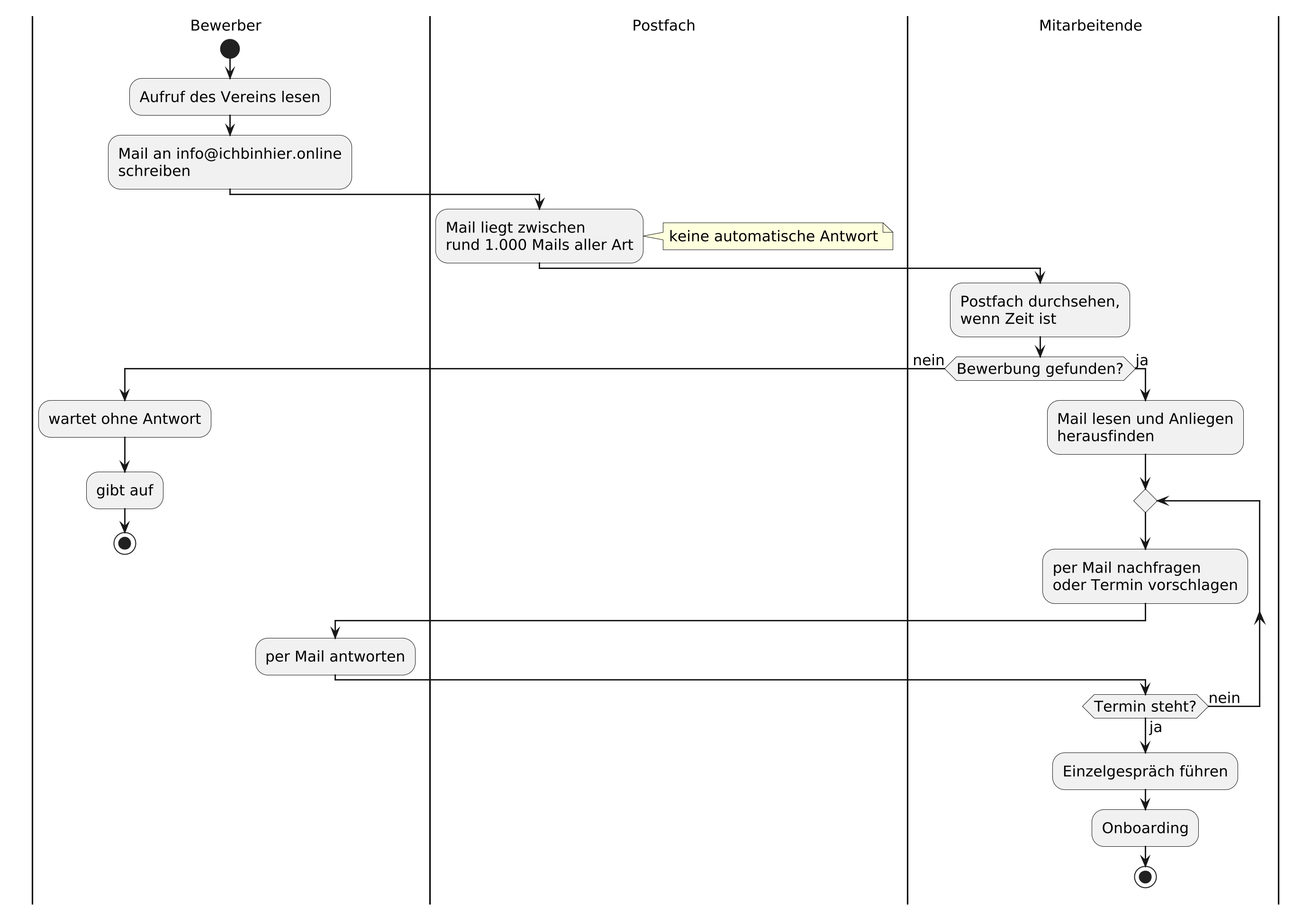
kamalshekho/design-thinking-workshop keeps this PlantUML diagram as docs/diagrams/ist-process.png. Above is the earlier version. The source it was exported from:
```plantuml
@startuml ist-process
skinparamlocked dpi 200

skinparam defaultFontName "DejaVu Sans"
skinparam defaultFontSize 15
skinparam shadowing false
skinparam ArrowThickness 1.4
skinparam swimlaneWidth same

|Bewerber|
start
:Aufruf des Vereins lesen;
:Mail an info@ichbinhier.online
schreiben;

|Postfach|
:Mail liegt zwischen
rund 1.000 Mails aller Art;
note right
  keine automatische Antwort
end note

|Mitarbeitende|
:Postfach durchsehen,
wenn Zeit ist;
if (Bewerbung gefunden?) then (nein)
  |Bewerber|
  :wartet ohne Antwort;
  :gibt auf;
  stop
else (ja)
  |Mitarbeitende|
  :Mail lesen und Anliegen
  herausfinden;
  repeat
    :per Mail nachfragen
    oder Termin vorschlagen;
    |Bewerber|
    :per Mail antworten;
    |Mitarbeitende|
  repeat while (Termin steht?) is (nein) not (ja)
  :Einzelgespräch führen;
  :Onboarding;
  stop
endif
@enduml
```
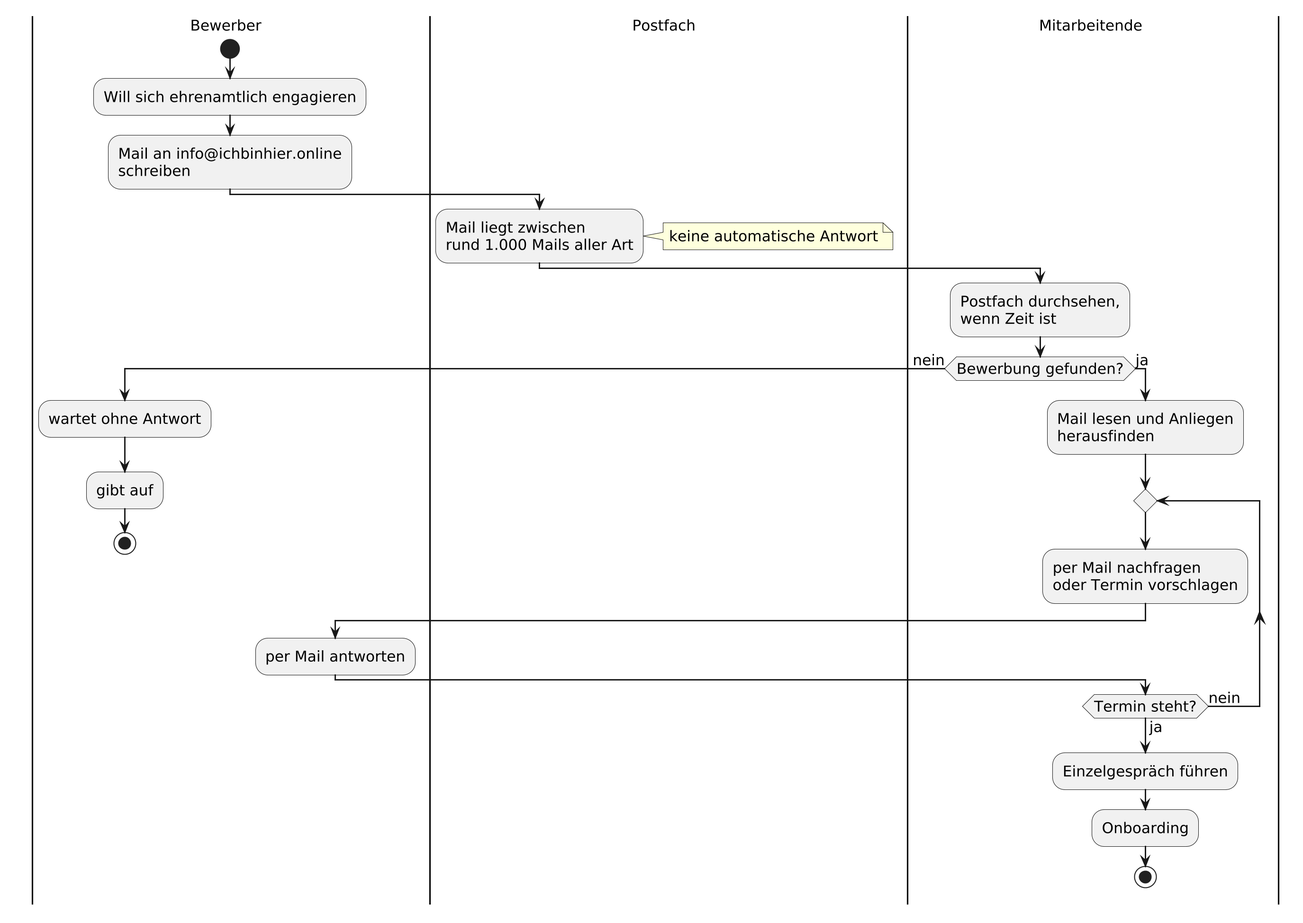
After the change.

Commit message:
docs(process): start the current process with the wish to volunteer

Change to the diagram source:
```diff
@@ -9,7 +9,7 @@
 
 |Bewerber|
 start
-:Aufruf des Vereins lesen;
+:Will sich ehrenamtlich engagieren;
 :Mail an info@ichbinhier.online
 schreiben;
 
```
